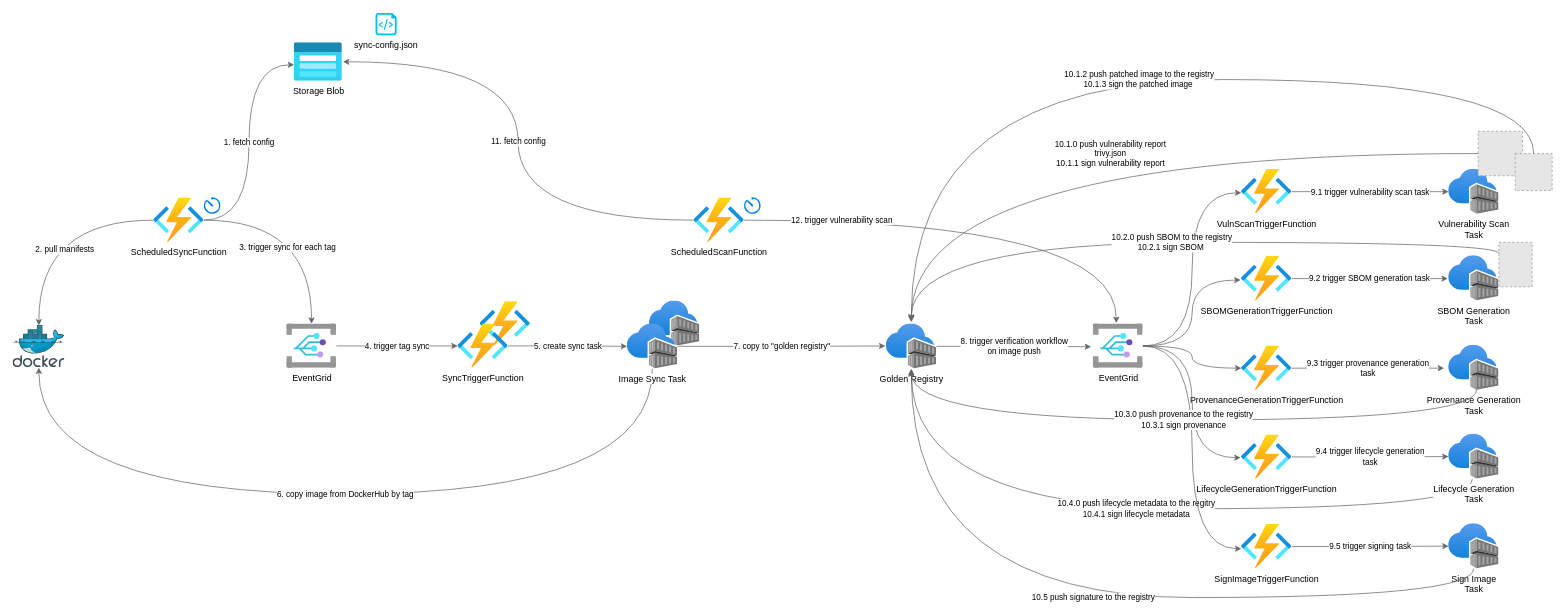
Before: docs/kubecon-demo-arch.drawio in toddysm/cssc-framework, a draw.io diagram. Source tidied: cells renumbered, new cells numbered last; positions are measured from the earlier drawing's top-left corner, leaving out a move shared by most shapes. Both pictures are drawn from the tidied source at 74%, with x=0, y=0 at pixel (13, 13). Pictures stored in the file or linked from it are replaced by grey dashed boxes.
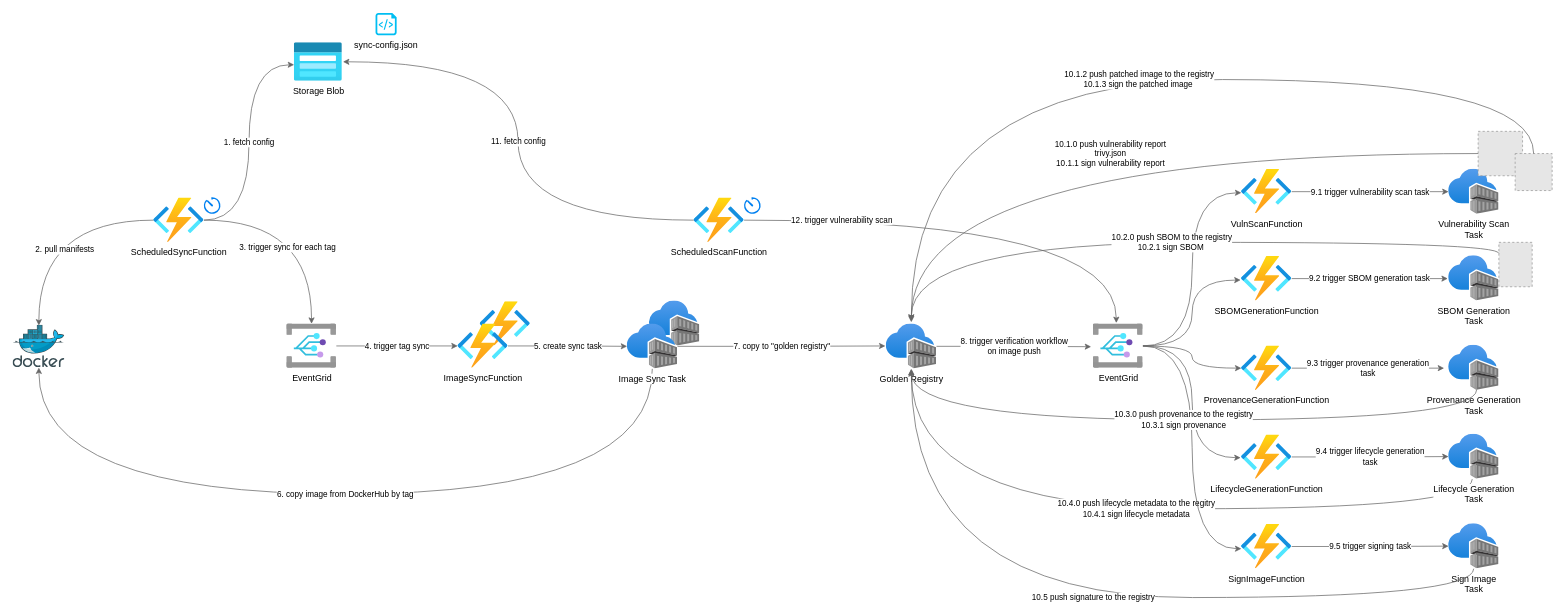
The same diagram, later.

What changed in the source:
```diff
@@
-    <mxCell id="17" value="SyncTriggerFunction" style="image;html=1;points=[];align=center;fontSize=12;image=img/lib/azure2/compute/Function_Apps.svg;" parent="1" vertex="1">
+    <mxCell id="17" value="ImageSyncFunction" style="image;html=1;points=[];align=center;fontSize=12;image=img/lib/azure2/compute/Function_Apps.svg;" parent="1" vertex="1">
       <mxGeometry x="601" y="420" width="68" height="60" as="geometry" />
     </mxCell>
@@
-    <mxCell id="24" value="VulnScanTriggerFunction" style="image;html=1;points=[];align=center;fontSize=12;image=img/lib/azure2/compute/Function_Apps.svg;" parent="1" vertex="1">
+    <mxCell id="24" value="VulnScanFunction" style="image;html=1;points=[];align=center;fontSize=12;image=img/lib/azure2/compute/Function_Apps.svg;" parent="1" vertex="1">
       <mxGeometry x="1660" y="211.5" width="68" height="60" as="geometry" />
     </mxCell>
@@
-    <mxCell id="26" value="SBOMGenerationTriggerFunction" style="image;html=1;points=[];align=center;fontSize=12;image=img/lib/azure2/compute/Function_Apps.svg;" parent="1" vertex="1">
+    <mxCell id="26" value="SBOMGenerationFunction" style="image;html=1;points=[];align=center;fontSize=12;image=img/lib/azure2/compute/Function_Apps.svg;" parent="1" vertex="1">
       <mxGeometry x="1660" y="329" width="68" height="60" as="geometry" />
     </mxCell>
-    <mxCell id="27" value="ProvenanceGenerationTriggerFunction" style="image;html=1;points=[];align=center;fontSize=12;image=img/lib/azure2/compute/Function_Apps.svg;" parent="1" vertex="1">
+    <mxCell id="27" value="ProvenanceGenerationFunction" style="image;html=1;points=[];align=center;fontSize=12;image=img/lib/azure2/compute/Function_Apps.svg;" parent="1" vertex="1">
       <mxGeometry x="1660" y="450" width="68" height="60" as="geometry" />
     </mxCell>
@@
-    <mxCell id="29" value="LifecycleGenerationTriggerFunction" style="image;html=1;points=[];align=center;fontSize=12;image=img/lib/azure2/compute/Function_Apps.svg;" parent="1" vertex="1">
+    <mxCell id="29" value="LifecycleGenerationFunction" style="image;html=1;points=[];align=center;fontSize=12;image=img/lib/azure2/compute/Function_Apps.svg;" parent="1" vertex="1">
       <mxGeometry x="1660" y="570" width="68" height="60" as="geometry" />
     </mxCell>
@@
-    <mxCell id="45" value="SignImageTriggerFunction" style="image;html=1;points=[];align=center;fontSize=12;image=img/lib/azure2/compute/Function_Apps.svg;" parent="1" vertex="1">
+    <mxCell id="45" value="SignImageFunction" style="image;html=1;points=[];align=center;fontSize=12;image=img/lib/azure2/compute/Function_Apps.svg;" parent="1" vertex="1">
       <mxGeometry x="1660" y="691" width="68" height="60" as="geometry" />
     </mxCell>
```
